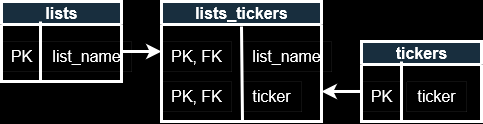
Before: docs/PutScanner.drawio.png, a diagram exported from draw.io (LarryDevinCarter/PutScanner). Source tidied: cells renumbered, new cells last; positions are measured from the earlier drawing's top-left corner, leaving out a move shared by most shapes.
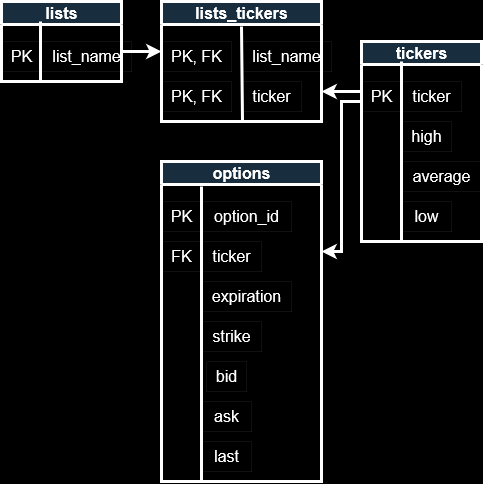
The same diagram one commit later.

Change to the diagram source:
```diff
@@ -45,22 +45,77 @@
       </mxGeometry>
     </mxCell>
     <mxCell id="13" value="tickers" style="swimlane;html=1;strokeColor=#FFFFFF;fontColor=#FFFFFF;fontSize=16;fillColor=#182E3E;strokeWidth=3;" parent="1" vertex="1">
-      <mxGeometry x="360" y="40" width="120" height="80" as="geometry" />
+      <mxGeometry x="360" y="40" width="120" height="200" as="geometry" />
     </mxCell>
     <mxCell id="14" value="PK" style="text;html=1;align=center;verticalAlign=middle;points=[];strokeColor=#FFFFFF;fontColor=#FFFFFF;fontSize=16;strokeWidth=0;" parent="13" vertex="1">
       <mxGeometry y="40" width="40" height="30" as="geometry" />
     </mxCell>
     <mxCell id="15" value="ticker" style="text;html=1;align=center;verticalAlign=middle;strokeColor=#FFFFFF;fontColor=#FFFFFF;fontSize=16;strokeWidth=0;" parent="13" vertex="1">
-      <mxGeometry x="45" y="40" width="60" height="30" as="geometry" />
+      <mxGeometry x="40" y="40" width="60" height="30" as="geometry" />
     </mxCell>
+    <mxCell id="18" value="high" style="text;html=1;align=center;verticalAlign=middle;strokeColor=#FFFFFF;fontColor=#FFFFFF;fontSize=16;strokeWidth=0;" parent="13" vertex="1">
+      <mxGeometry x="40" y="80" width="50" height="30" as="geometry" />
+    </mxCell>
+    <mxCell id="19" value="average" style="text;html=1;align=center;verticalAlign=middle;strokeColor=#FFFFFF;fontColor=#FFFFFF;fontSize=16;strokeWidth=0;" parent="13" vertex="1">
+      <mxGeometry x="40" y="120" width="80" height="30" as="geometry" />
+    </mxCell>
+    <mxCell id="20" value="low" style="text;html=1;align=center;verticalAlign=middle;strokeColor=#FFFFFF;fontColor=#FFFFFF;fontSize=16;strokeWidth=0;" parent="13" vertex="1">
+      <mxGeometry x="40" y="160" width="50" height="30" as="geometry" />
+    </mxCell>
     <mxCell id="16" style="endArrow=none;html=1;rounded=0;strokeColor=#FFFFFF;fontColor=#FFFFFF;fontSize=16;strokeWidth=3;" parent="1" edge="1">
       <mxGeometry relative="1" as="geometry">
-        <mxPoint x="400" y="120" as="sourcePoint" />
+        <mxPoint x="400" y="240" as="sourcePoint" />
         <mxPoint x="400" y="60" as="targetPoint" />
       </mxGeometry>
     </mxCell>
     <mxCell id="17" style="endArrow=classic;html=1;rounded=0;strokeColor=#FFFFFF;strokeWidth=3;entryX=1;entryY=0.75;entryDx=0;entryDy=0;exitX=0;exitY=0.333;exitDx=0;exitDy=0;exitPerimeter=0;" parent="1" edge="1" source="14" target="6">
       <mxGeometry relative="1" as="geometry" />
     </mxCell>
+    <mxCell id="21" value="options" style="swimlane;html=1;strokeColor=#FFFFFF;fontColor=#FFFFFF;fontSize=16;fillColor=#182E3E;strokeWidth=3;" parent="1" vertex="1">
+      <mxGeometry x="160" y="160" width="160" height="320" as="geometry" />
+    </mxCell>
+    <mxCell id="22" value="FK" style="text;html=1;align=center;verticalAlign=middle;strokeColor=#FFFFFF;fontColor=#FFFFFF;fontSize=16;strokeWidth=0;" parent="21" vertex="1">
+      <mxGeometry y="80" width="40" height="30" as="geometry" />
+    </mxCell>
+    <mxCell id="23" value="ticker" style="text;html=1;align=center;verticalAlign=middle;strokeColor=#FFFFFF;fontColor=#FFFFFF;fontSize=16;strokeWidth=0;fontStyle=0;" parent="21" vertex="1">
+      <mxGeometry x="40" y="80" width="60" height="30" as="geometry" />
+    </mxCell>
+    <mxCell id="24" style="endArrow=none;html=1;rounded=0;strokeColor=#FFFFFF;fontColor=#FFFFFF;fontSize=16;strokeWidth=3;" parent="21" edge="1">
+      <mxGeometry relative="1" as="geometry">
+        <mxPoint x="40" y="320" as="sourcePoint" />
+        <mxPoint x="40" y="25" as="targetPoint" />
+      </mxGeometry>
+    </mxCell>
+    <mxCell id="25" value="PK" style="text;html=1;align=center;verticalAlign=middle;strokeColor=#FFFFFF;fontColor=#FFFFFF;fontSize=16;strokeWidth=0;" parent="21" vertex="1">
+      <mxGeometry y="40" width="40" height="30" as="geometry" />
+    </mxCell>
+    <mxCell id="26" value="option_id" style="text;html=1;align=center;verticalAlign=middle;strokeColor=#FFFFFF;fontColor=#FFFFFF;fontSize=16;strokeWidth=0;" parent="21" vertex="1">
+      <mxGeometry x="40" y="40" width="90" height="30" as="geometry" />
+    </mxCell>
+    <mxCell id="27" value="expiration" style="text;html=1;align=center;verticalAlign=middle;strokeColor=#FFFFFF;fontColor=#FFFFFF;fontSize=16;strokeWidth=0;fontStyle=0;" parent="21" vertex="1">
+      <mxGeometry x="40" y="120" width="90" height="30" as="geometry" />
+    </mxCell>
+    <mxCell id="28" value="strike" style="text;html=1;align=center;verticalAlign=middle;strokeColor=#FFFFFF;fontColor=#FFFFFF;fontSize=16;strokeWidth=0;fontStyle=0;" parent="21" vertex="1">
+      <mxGeometry x="40" y="160" width="60" height="30" as="geometry" />
+    </mxCell>
+    <mxCell id="29" value="&lt;div&gt;bid&lt;/div&gt;" style="text;html=1;align=center;verticalAlign=middle;strokeColor=#FFFFFF;fontColor=#FFFFFF;fontSize=16;strokeWidth=0;fontStyle=0;" parent="21" vertex="1">
+      <mxGeometry x="45" y="200" width="40" height="30" as="geometry" />
+    </mxCell>
+    <mxCell id="30" value="&lt;div&gt;ask&lt;/div&gt;" style="text;html=1;align=center;verticalAlign=middle;strokeColor=#FFFFFF;fontColor=#FFFFFF;fontSize=16;strokeWidth=0;fontStyle=0;" parent="21" vertex="1">
+      <mxGeometry x="40" y="240" width="50" height="30" as="geometry" />
+    </mxCell>
+    <mxCell id="31" value="last" style="text;html=1;align=center;verticalAlign=middle;strokeColor=#FFFFFF;fontColor=#FFFFFF;fontSize=16;strokeWidth=0;fontStyle=0;" parent="21" vertex="1">
+      <mxGeometry x="40" y="280" width="50" height="30" as="geometry" />
+    </mxCell>
+    <mxCell id="32" style="endArrow=classic;html=1;rounded=0;strokeColor=#FFFFFF;strokeWidth=3;" parent="1" edge="1">
+      <mxGeometry relative="1" as="geometry">
+        <mxPoint x="360" y="100" as="sourcePoint" />
+        <mxPoint x="320" y="250" as="targetPoint" />
+        <Array as="points">
+          <mxPoint x="340" y="100" />
+          <mxPoint x="340" y="250" />
+        </Array>
+      </mxGeometry>
+    </mxCell>
   </root>
 </mxGraphModel>
```
